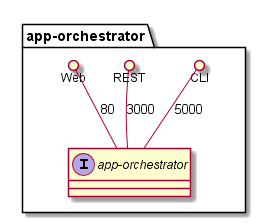
CAADE/C3 keeps this PlantUML diagram as docs/Solution/Services/app-orchestrator/Logical.png. Above is the earlier version. Its diagram source:
```plantuml
@startuml

package "app-orchestrator" {
    interface "app-orchestrator" {

    }
    CLI ()-- "app-orchestrator" : 5000
    REST ()-- "app-orchestrator" : 3000
    Web ()-- "app-orchestrator" : 80
}


@enduml
```
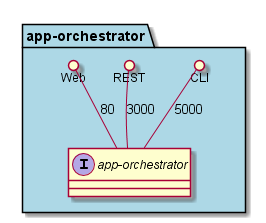
The same diagram one commit later.

Diff of the diagram source:
```diff
@@ -1,6 +1,6 @@
 @startuml
 
-package "app-orchestrator" {
+package "app-orchestrator" #lightblue {
     interface "app-orchestrator" {
 
     }
```
